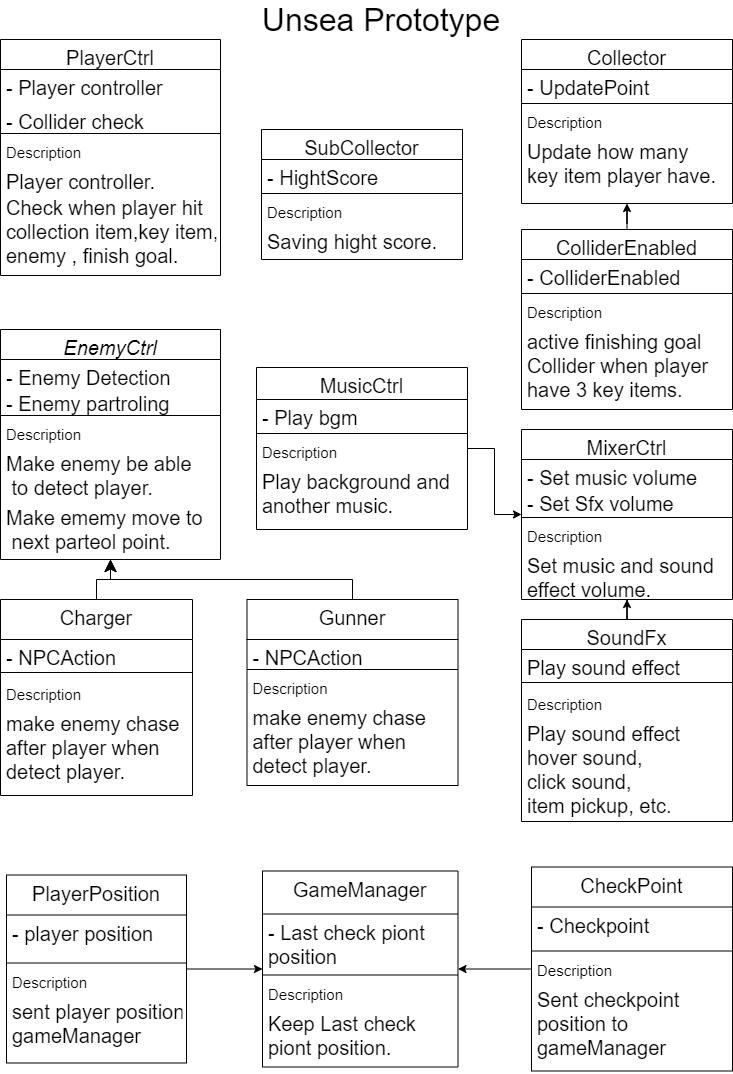
The draw.io diagram Images/Unsea Prototype.png in o0Takumin0o/Unsea_prototype_2.0, before a commit. Source tidied: cells renumbered, new cells last; positions are measured from the earlier drawing's top-left corner, leaving out a move shared by most shapes. Source of this version:
```xml
<mxGraphModel>
  <root>
    <mxCell id="0" />
    <mxCell id="1" parent="0" />
    <mxCell id="2" style="endArrow=classic;endSize=10;endFill=1;shadow=0;strokeWidth=1;rounded=0;edgeStyle=elbowEdgeStyle;elbow=vertical;fontSize=20;" parent="1" edge="1" source="37" target="11">
      <mxGeometry relative="1" as="geometry" />
    </mxCell>
    <mxCell id="3" style="endArrow=classic;endSize=10;endFill=1;shadow=0;strokeWidth=1;rounded=0;edgeStyle=elbowEdgeStyle;elbow=vertical;fontSize=20;" parent="1" edge="1" source="32" target="11">
      <mxGeometry relative="1" as="geometry" />
    </mxCell>
    <mxCell id="4" style="edgeStyle=orthogonalEdgeStyle;rounded=0;jettySize=auto;html=1;endArrow=classic;endFill=1;fontSize=20;" parent="1" edge="1" source="27" target="18">
      <mxGeometry relative="1" as="geometry" />
    </mxCell>
    <mxCell id="5" value="&lt;font style=&quot;font-size: 32px;&quot;&gt;Unsea Prototype&lt;/font&gt;" style="text;html=1;strokeColor=none;fillColor=none;align=center;verticalAlign=middle;whiteSpace=wrap;rounded=0;fontSize=32;" parent="1" vertex="1">
      <mxGeometry x="241" width="280" height="20" as="geometry" />
    </mxCell>
    <mxCell id="6" value="SubCollector" style="swimlane;fontStyle=0;align=center;verticalAlign=top;horizontal=1;startSize=30;rounded=0;shadow=0;strokeWidth=1;fontSize=20;" parent="1" vertex="1">
      <mxGeometry x="261" y="120" width="201" height="130" as="geometry" />
    </mxCell>
    <mxCell id="7" value="- HightScore" style="text;align=left;verticalAlign=top;spacingLeft=4;spacingRight=4;overflow=hidden;fontSize=20;" parent="6" vertex="1">
      <mxGeometry y="30" width="201" height="30" as="geometry" />
    </mxCell>
    <mxCell id="8" style="line;html=1;strokeWidth=1;align=left;verticalAlign=middle;spacingTop=-1;spacingLeft=3;spacingRight=3;labelPosition=right;fontSize=20;" parent="6" vertex="1">
      <mxGeometry y="60" width="201" height="8" as="geometry" />
    </mxCell>
    <mxCell id="9" value="Description" style="text;align=left;verticalAlign=top;spacingLeft=4;spacingRight=4;overflow=hidden;fontSize=15;" parent="6" vertex="1">
      <mxGeometry y="68" width="201" height="26" as="geometry" />
    </mxCell>
    <mxCell id="10" value="Saving hight score." style="text;align=left;verticalAlign=top;spacingLeft=4;spacingRight=4;overflow=hidden;fontSize=20;" parent="6" vertex="1">
      <mxGeometry y="94" width="201" height="36" as="geometry" />
    </mxCell>
    <mxCell id="11" value="EnemyCtrl" style="swimlane;fontStyle=2;align=center;verticalAlign=top;horizontal=1;startSize=30;rounded=0;shadow=0;strokeWidth=1;fontSize=20;" parent="1" vertex="1">
      <mxGeometry y="320" width="220" height="230" as="geometry" />
    </mxCell>
    <mxCell id="12" value="- Enemy Detection" style="text;align=left;verticalAlign=top;spacingLeft=4;spacingRight=4;overflow=hidden;fontSize=20;" parent="11" vertex="1">
      <mxGeometry y="30" width="220" height="26" as="geometry" />
    </mxCell>
    <mxCell id="13" value="- Enemy partroling" style="text;align=left;verticalAlign=top;spacingLeft=4;spacingRight=4;overflow=hidden;rounded=0;shadow=0;html=0;fontSize=20;" parent="11" vertex="1">
      <mxGeometry y="56" width="220" height="26" as="geometry" />
    </mxCell>
    <mxCell id="14" style="line;html=1;strokeWidth=1;align=left;verticalAlign=middle;spacingTop=-1;spacingLeft=3;spacingRight=3;labelPosition=right;fontSize=20;" parent="11" vertex="1">
      <mxGeometry y="82" width="220" height="8" as="geometry" />
    </mxCell>
    <mxCell id="15" value="Description" style="text;align=left;verticalAlign=top;spacingLeft=4;spacingRight=4;overflow=hidden;fontSize=15;" parent="11" vertex="1">
      <mxGeometry y="90" width="220" height="26" as="geometry" />
    </mxCell>
    <mxCell id="16" value="Make enemy be able&#10; to detect player." style="text;align=left;verticalAlign=top;spacingLeft=4;spacingRight=4;overflow=hidden;fontSize=20;" parent="11" vertex="1">
      <mxGeometry y="116" width="220" height="54" as="geometry" />
    </mxCell>
    <mxCell id="17" value="Make ememy move to&#10; next parteol point." style="text;align=left;verticalAlign=top;spacingLeft=4;spacingRight=4;overflow=hidden;fontSize=20;" parent="11" vertex="1">
      <mxGeometry y="170" width="220" height="60" as="geometry" />
    </mxCell>
    <mxCell id="18" value="Collector" style="swimlane;fontStyle=0;align=center;verticalAlign=top;horizontal=1;startSize=30;rounded=0;shadow=0;strokeWidth=1;fontSize=20;" parent="1" vertex="1">
      <mxGeometry x="521" y="30" width="211" height="164" as="geometry" />
    </mxCell>
    <mxCell id="19" value="- UpdatePoint" style="text;align=left;verticalAlign=top;spacingLeft=4;spacingRight=4;overflow=hidden;fontSize=20;" parent="18" vertex="1">
      <mxGeometry y="30" width="211" height="30" as="geometry" />
    </mxCell>
    <mxCell id="20" style="line;html=1;strokeWidth=1;align=left;verticalAlign=middle;spacingTop=-1;spacingLeft=3;spacingRight=3;labelPosition=right;fontSize=20;" parent="18" vertex="1">
      <mxGeometry y="60" width="211" height="8" as="geometry" />
    </mxCell>
    <mxCell id="21" value="Description" style="text;align=left;verticalAlign=top;spacingLeft=4;spacingRight=4;overflow=hidden;fontSize=15;" parent="18" vertex="1">
      <mxGeometry y="68" width="211" height="26" as="geometry" />
    </mxCell>
    <mxCell id="22" value="Update how many&#10;key item player have." style="text;align=left;verticalAlign=top;spacingLeft=4;spacingRight=4;overflow=hidden;fontSize=20;" parent="18" vertex="1">
      <mxGeometry y="94" width="211" height="60" as="geometry" />
    </mxCell>
    <mxCell id="23" style="edgeStyle=orthogonalEdgeStyle;rounded=0;jettySize=auto;html=1;endArrow=classic;endFill=1;fontSize=32;" parent="1" edge="1" source="54" target="74">
      <mxGeometry relative="1" as="geometry" />
    </mxCell>
    <mxCell id="24" style="edgeStyle=orthogonalEdgeStyle;rounded=0;jettySize=auto;html=1;endArrow=classic;endFill=1;fontSize=32;" parent="1" edge="1" source="59" target="74">
      <mxGeometry relative="1" as="geometry" />
    </mxCell>
    <mxCell id="25" style="edgeStyle=orthogonalEdgeStyle;rounded=0;jettySize=auto;html=1;endArrow=classic;endFill=1;fontSize=32;" parent="1" edge="1" source="69" target="49">
      <mxGeometry relative="1" as="geometry" />
    </mxCell>
    <mxCell id="26" style="edgeStyle=orthogonalEdgeStyle;rounded=0;jettySize=auto;html=1;endArrow=classic;endFill=1;fontSize=32;" parent="1" edge="1" source="64" target="49">
      <mxGeometry relative="1" as="geometry" />
    </mxCell>
    <mxCell id="27" value="ColliderEnabled" style="swimlane;fontStyle=0;align=center;verticalAlign=top;horizontal=1;startSize=30;rounded=0;shadow=0;strokeWidth=1;fontSize=20;" parent="1" vertex="1">
      <mxGeometry x="521" y="220" width="211" height="180" as="geometry" />
    </mxCell>
    <mxCell id="28" value="- ColliderEnabled" style="text;align=left;verticalAlign=top;spacingLeft=4;spacingRight=4;overflow=hidden;fontSize=20;" parent="27" vertex="1">
      <mxGeometry y="30" width="211" height="30" as="geometry" />
    </mxCell>
    <mxCell id="29" style="line;html=1;strokeWidth=1;align=left;verticalAlign=middle;spacingTop=-1;spacingLeft=3;spacingRight=3;labelPosition=right;fontSize=20;" parent="27" vertex="1">
      <mxGeometry y="60" width="211" height="8" as="geometry" />
    </mxCell>
    <mxCell id="30" value="Description" style="text;align=left;verticalAlign=top;spacingLeft=4;spacingRight=4;overflow=hidden;fontSize=15;" parent="27" vertex="1">
      <mxGeometry y="68" width="211" height="26" as="geometry" />
    </mxCell>
    <mxCell id="31" value="active finishing goal&#10;Collider when player &#10;have 3 key items." style="text;align=left;verticalAlign=top;spacingLeft=4;spacingRight=4;overflow=hidden;fontSize=20;" parent="27" vertex="1">
      <mxGeometry y="94" width="211" height="76" as="geometry" />
    </mxCell>
    <mxCell id="32" value="Gunner&#10;" style="swimlane;fontStyle=0;align=center;verticalAlign=top;horizontal=1;startSize=40;rounded=0;shadow=0;strokeWidth=1;fontSize=20;" parent="1" vertex="1">
      <mxGeometry x="246.5" y="590" width="211" height="186" as="geometry" />
    </mxCell>
    <mxCell id="33" value="- NPCAction" style="text;align=left;verticalAlign=top;spacingLeft=4;spacingRight=4;overflow=hidden;fontSize=20;" parent="32" vertex="1">
      <mxGeometry y="40" width="211" height="26" as="geometry" />
    </mxCell>
    <mxCell id="34" style="line;html=1;strokeWidth=1;align=left;verticalAlign=middle;spacingTop=-1;spacingLeft=3;spacingRight=3;labelPosition=right;fontSize=20;" parent="32" vertex="1">
      <mxGeometry y="66" width="211" height="8" as="geometry" />
    </mxCell>
    <mxCell id="35" value="Description" style="text;align=left;verticalAlign=top;spacingLeft=4;spacingRight=4;overflow=hidden;fontSize=15;" parent="32" vertex="1">
      <mxGeometry y="74" width="211" height="26" as="geometry" />
    </mxCell>
    <mxCell id="36" value="make enemy chase&#10;after player when&#10;detect player." style="text;align=left;verticalAlign=top;spacingLeft=4;spacingRight=4;overflow=hidden;fontStyle=0;fontSize=20;" parent="32" vertex="1">
      <mxGeometry y="100" width="211" height="86" as="geometry" />
    </mxCell>
    <mxCell id="37" value="Charger" style="swimlane;fontStyle=0;align=center;verticalAlign=top;horizontal=1;startSize=40;rounded=0;shadow=0;strokeWidth=1;fontSize=20;" parent="1" vertex="1">
      <mxGeometry y="590" width="192" height="196" as="geometry" />
    </mxCell>
    <mxCell id="38" value="- NPCAction" style="text;align=left;verticalAlign=top;spacingLeft=4;spacingRight=4;overflow=hidden;rounded=0;shadow=0;html=0;fontSize=20;" parent="37" vertex="1">
      <mxGeometry y="40" width="192" height="26" as="geometry" />
    </mxCell>
    <mxCell id="39" style="line;html=1;strokeWidth=1;align=left;verticalAlign=middle;spacingTop=-1;spacingLeft=3;spacingRight=3;labelPosition=right;fontSize=20;" parent="37" vertex="1">
      <mxGeometry y="66" width="192" height="14" as="geometry" />
    </mxCell>
    <mxCell id="40" value="Description" style="text;align=left;verticalAlign=top;spacingLeft=4;spacingRight=4;overflow=hidden;fontSize=15;" parent="37" vertex="1">
      <mxGeometry y="80" width="192" height="26" as="geometry" />
    </mxCell>
    <mxCell id="41" value="make enemy chase&#10;after player when&#10;detect player." style="text;align=left;verticalAlign=top;spacingLeft=4;spacingRight=4;overflow=hidden;fontStyle=0;fontSize=20;" parent="37" vertex="1">
      <mxGeometry y="106" width="192" height="90" as="geometry" />
    </mxCell>
    <mxCell id="42" value="PlayerCtrl" style="swimlane;fontStyle=0;align=center;verticalAlign=top;horizontal=1;startSize=30;rounded=0;shadow=0;strokeWidth=1;fontSize=20;" parent="1" vertex="1">
      <mxGeometry y="30" width="220" height="236" as="geometry" />
    </mxCell>
    <mxCell id="43" value="- Player controller" style="text;align=left;verticalAlign=top;spacingLeft=4;spacingRight=4;overflow=hidden;fontSize=20;" parent="42" vertex="1">
      <mxGeometry y="30" width="220" height="34" as="geometry" />
    </mxCell>
    <mxCell id="44" value="- Collider check" style="text;align=left;verticalAlign=top;spacingLeft=4;spacingRight=4;overflow=hidden;rounded=0;shadow=0;html=0;fontSize=20;" parent="42" vertex="1">
      <mxGeometry y="64" width="220" height="26" as="geometry" />
    </mxCell>
    <mxCell id="45" style="line;html=1;strokeWidth=1;align=left;verticalAlign=middle;spacingTop=-1;spacingLeft=3;spacingRight=3;labelPosition=right;fontSize=20;" parent="42" vertex="1">
      <mxGeometry y="90" width="220" height="8" as="geometry" />
    </mxCell>
    <mxCell id="46" value="Description" style="text;align=left;verticalAlign=top;spacingLeft=4;spacingRight=4;overflow=hidden;fontSize=15;" parent="42" vertex="1">
      <mxGeometry y="98" width="220" height="26" as="geometry" />
    </mxCell>
    <mxCell id="47" value="Player controller." style="text;align=left;verticalAlign=top;spacingLeft=4;spacingRight=4;overflow=hidden;fontSize=20;" parent="42" vertex="1">
      <mxGeometry y="124" width="220" height="26" as="geometry" />
    </mxCell>
    <mxCell id="48" value="Check when player hit &#10;collection item,key item, &#10;enemy , finish goal." style="text;align=left;verticalAlign=top;spacingLeft=4;spacingRight=4;overflow=hidden;fontSize=20;" parent="42" vertex="1">
      <mxGeometry y="150" width="220" height="86" as="geometry" />
    </mxCell>
    <mxCell id="49" value="GameManager" style="swimlane;fontStyle=0;align=center;verticalAlign=top;horizontal=1;startSize=43;rounded=0;shadow=0;strokeWidth=1;fontSize=20;" parent="1" vertex="1">
      <mxGeometry x="262" y="861.5" width="195.5" height="196" as="geometry" />
    </mxCell>
    <mxCell id="50" value="- Last check piont &#10;position" style="text;align=left;verticalAlign=top;spacingLeft=4;spacingRight=4;overflow=hidden;fontSize=20;" parent="49" vertex="1">
      <mxGeometry y="43" width="195.5" height="57" as="geometry" />
    </mxCell>
    <mxCell id="51" style="line;html=1;strokeWidth=1;align=left;verticalAlign=middle;spacingTop=-1;spacingLeft=3;spacingRight=3;labelPosition=right;fontSize=20;" parent="49" vertex="1">
      <mxGeometry y="100" width="195.5" height="8" as="geometry" />
    </mxCell>
    <mxCell id="52" value="Description" style="text;align=left;verticalAlign=top;spacingLeft=4;spacingRight=4;overflow=hidden;fontSize=15;" parent="49" vertex="1">
      <mxGeometry y="108" width="195.5" height="26" as="geometry" />
    </mxCell>
    <mxCell id="53" value="Keep Last check &#10;piont position." style="text;align=left;verticalAlign=top;spacingLeft=4;spacingRight=4;overflow=hidden;fontSize=20;" parent="49" vertex="1">
      <mxGeometry y="134" width="195.5" height="62" as="geometry" />
    </mxCell>
    <mxCell id="54" value="SoundFx" style="swimlane;fontStyle=0;align=center;verticalAlign=top;horizontal=1;startSize=30;rounded=0;shadow=0;strokeWidth=1;fontSize=20;" parent="1" vertex="1">
      <mxGeometry x="521" y="610" width="211" height="202" as="geometry" />
    </mxCell>
    <mxCell id="55" value="Play sound effect" style="text;align=left;verticalAlign=top;spacingLeft=4;spacingRight=4;overflow=hidden;fontSize=20;" parent="54" vertex="1">
      <mxGeometry y="30" width="211" height="26" as="geometry" />
    </mxCell>
    <mxCell id="56" style="line;html=1;strokeWidth=1;align=left;verticalAlign=middle;spacingTop=-1;spacingLeft=3;spacingRight=3;labelPosition=right;fontSize=20;" parent="54" vertex="1">
      <mxGeometry y="56" width="211" height="14" as="geometry" />
    </mxCell>
    <mxCell id="57" value="Description" style="text;align=left;verticalAlign=top;spacingLeft=4;spacingRight=4;overflow=hidden;fontSize=15;" parent="54" vertex="1">
      <mxGeometry y="70" width="211" height="26" as="geometry" />
    </mxCell>
    <mxCell id="58" value="Play sound effect &#10;hover sound,&#10;click sound, &#10;item pickup, etc." style="text;align=left;verticalAlign=top;spacingLeft=4;spacingRight=4;overflow=hidden;fontSize=20;" parent="54" vertex="1">
      <mxGeometry y="96" width="211" height="106" as="geometry" />
    </mxCell>
    <mxCell id="59" value="MusicCtrl" style="swimlane;fontStyle=0;align=center;verticalAlign=top;horizontal=1;startSize=32;rounded=0;shadow=0;strokeWidth=1;fontSize=20;" parent="1" vertex="1">
      <mxGeometry x="256" y="358" width="211" height="162" as="geometry" />
    </mxCell>
    <mxCell id="60" value="- Play bgm" style="text;align=left;verticalAlign=top;spacingLeft=4;spacingRight=4;overflow=hidden;fontSize=20;" parent="59" vertex="1">
      <mxGeometry y="32" width="211" height="30" as="geometry" />
    </mxCell>
    <mxCell id="61" style="line;html=1;strokeWidth=1;align=left;verticalAlign=middle;spacingTop=-1;spacingLeft=3;spacingRight=3;labelPosition=right;fontSize=20;" parent="59" vertex="1">
      <mxGeometry y="62" width="211" height="8" as="geometry" />
    </mxCell>
    <mxCell id="62" value="Description" style="text;align=left;verticalAlign=top;spacingLeft=4;spacingRight=4;overflow=hidden;fontSize=15;" parent="59" vertex="1">
      <mxGeometry y="70" width="211" height="26" as="geometry" />
    </mxCell>
    <mxCell id="63" value="Play background and &#10;another music." style="text;align=left;verticalAlign=top;spacingLeft=4;spacingRight=4;overflow=hidden;fontSize=20;" parent="59" vertex="1">
      <mxGeometry y="96" width="211" height="56" as="geometry" />
    </mxCell>
    <mxCell id="64" value="CheckPoint" style="swimlane;fontStyle=0;align=center;verticalAlign=top;horizontal=1;startSize=40;rounded=0;shadow=0;strokeWidth=1;fontSize=20;" parent="1" vertex="1">
      <mxGeometry x="531" y="857.5" width="201" height="204" as="geometry" />
    </mxCell>
    <mxCell id="65" value="- Checkpoint" style="text;align=left;verticalAlign=top;spacingLeft=4;spacingRight=4;overflow=hidden;fontSize=20;" parent="64" vertex="1">
      <mxGeometry y="40" width="201" height="40" as="geometry" />
    </mxCell>
    <mxCell id="66" style="line;html=1;strokeWidth=1;align=left;verticalAlign=middle;spacingTop=-1;spacingLeft=3;spacingRight=3;labelPosition=right;fontSize=20;" parent="64" vertex="1">
      <mxGeometry y="80" width="201" height="8" as="geometry" />
    </mxCell>
    <mxCell id="67" value="Description" style="text;align=left;verticalAlign=top;spacingLeft=4;spacingRight=4;overflow=hidden;fontSize=15;" parent="64" vertex="1">
      <mxGeometry y="88" width="201" height="26" as="geometry" />
    </mxCell>
    <mxCell id="68" value="Sent checkpoint &#10;position to &#10;gameManager" style="text;align=left;verticalAlign=top;spacingLeft=4;spacingRight=4;overflow=hidden;fontSize=20;" parent="64" vertex="1">
      <mxGeometry y="114" width="201" height="90" as="geometry" />
    </mxCell>
    <mxCell id="69" value="PlayerPosition" style="swimlane;fontStyle=0;align=center;verticalAlign=top;horizontal=1;startSize=40;rounded=0;shadow=0;strokeWidth=1;fontSize=20;" parent="1" vertex="1">
      <mxGeometry x="6" y="865.5" width="180" height="188" as="geometry" />
    </mxCell>
    <mxCell id="70" value="- player position" style="text;align=left;verticalAlign=top;spacingLeft=4;spacingRight=4;overflow=hidden;fontSize=20;" parent="69" vertex="1">
      <mxGeometry y="40" width="180" height="44" as="geometry" />
    </mxCell>
    <mxCell id="71" style="line;html=1;strokeWidth=1;align=left;verticalAlign=middle;spacingTop=-1;spacingLeft=3;spacingRight=3;labelPosition=right;fontSize=20;" parent="69" vertex="1">
      <mxGeometry y="84" width="180" height="8" as="geometry" />
    </mxCell>
    <mxCell id="72" value="Description" style="text;align=left;verticalAlign=top;spacingLeft=4;spacingRight=4;overflow=hidden;fontSize=15;" parent="69" vertex="1">
      <mxGeometry y="92" width="180" height="26" as="geometry" />
    </mxCell>
    <mxCell id="73" value="sent player position to &#10;gameManager" style="text;align=left;verticalAlign=top;spacingLeft=4;spacingRight=4;overflow=hidden;fontSize=20;" parent="69" vertex="1">
      <mxGeometry y="118" width="180" height="70" as="geometry" />
    </mxCell>
    <mxCell id="74" value="MixerCtrl" style="swimlane;fontStyle=0;align=center;verticalAlign=top;horizontal=1;startSize=30;rounded=0;shadow=0;strokeWidth=1;fontSize=20;" parent="1" vertex="1">
      <mxGeometry x="521" y="420" width="211" height="170" as="geometry" />
    </mxCell>
    <mxCell id="75" value="- Set music volume" style="text;align=left;verticalAlign=top;spacingLeft=4;spacingRight=4;overflow=hidden;fontSize=20;" parent="74" vertex="1">
      <mxGeometry y="30" width="211" height="26" as="geometry" />
    </mxCell>
    <mxCell id="76" value="- Set Sfx volume" style="text;align=left;verticalAlign=top;spacingLeft=4;spacingRight=4;overflow=hidden;fontSize=20;" parent="74" vertex="1">
      <mxGeometry y="56" width="211" height="28" as="geometry" />
    </mxCell>
    <mxCell id="77" style="line;html=1;strokeWidth=1;align=left;verticalAlign=middle;spacingTop=-1;spacingLeft=3;spacingRight=3;labelPosition=right;fontSize=20;" parent="74" vertex="1">
      <mxGeometry y="84" width="211" height="8" as="geometry" />
    </mxCell>
    <mxCell id="78" value="Description" style="text;align=left;verticalAlign=top;spacingLeft=4;spacingRight=4;overflow=hidden;fontSize=15;" parent="74" vertex="1">
      <mxGeometry y="92" width="211" height="26" as="geometry" />
    </mxCell>
    <mxCell id="79" value="Set music and sound &#10;effect volume." style="text;align=left;verticalAlign=top;spacingLeft=4;spacingRight=4;overflow=hidden;fontSize=20;" parent="74" vertex="1">
      <mxGeometry y="118" width="211" height="52" as="geometry" />
    </mxCell>
  </root>
</mxGraphModel>
```
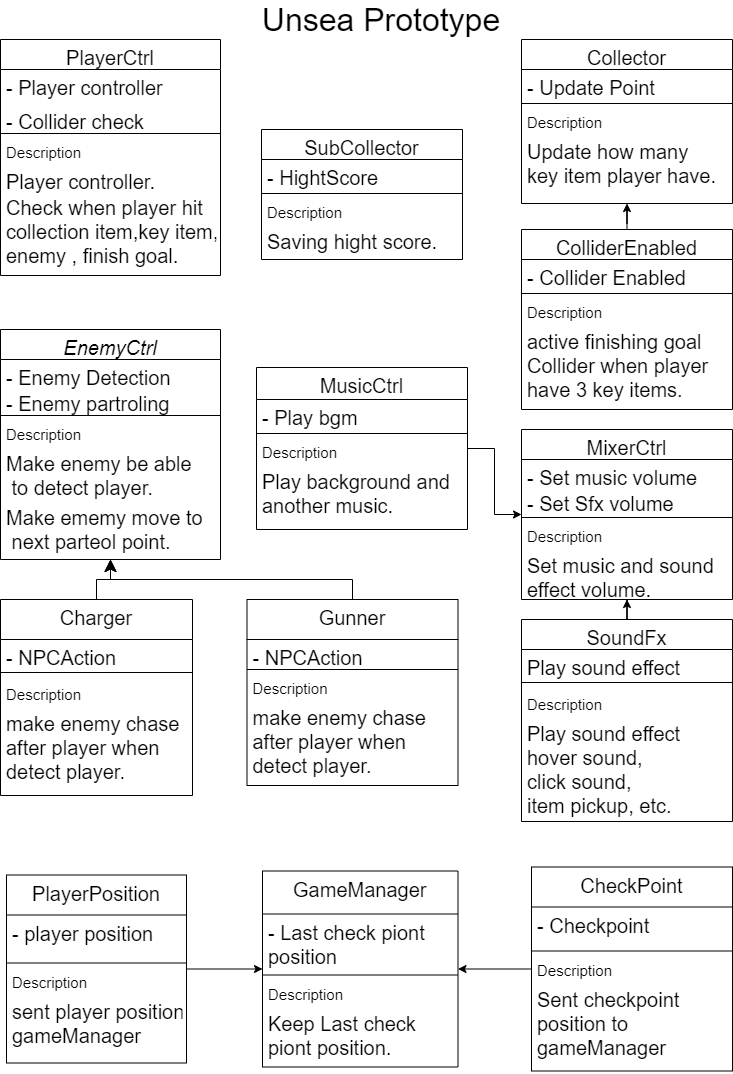
The same diagram one commit later.

Diff of the diagram source:
```diff
@@ -53,7 +53,7 @@
     <mxCell id="18" value="Collector" style="swimlane;fontStyle=0;align=center;verticalAlign=top;horizontal=1;startSize=30;rounded=0;shadow=0;strokeWidth=1;fontSize=20;" parent="1" vertex="1">
       <mxGeometry x="521" y="30" width="211" height="164" as="geometry" />
     </mxCell>
-    <mxCell id="19" value="- UpdatePoint" style="text;align=left;verticalAlign=top;spacingLeft=4;spacingRight=4;overflow=hidden;fontSize=20;" parent="18" vertex="1">
+    <mxCell id="19" value="- Update Point" style="text;align=left;verticalAlign=top;spacingLeft=4;spacingRight=4;overflow=hidden;fontSize=20;" parent="18" vertex="1">
       <mxGeometry y="30" width="211" height="30" as="geometry" />
     </mxCell>
     <mxCell id="20" style="line;html=1;strokeWidth=1;align=left;verticalAlign=middle;spacingTop=-1;spacingLeft=3;spacingRight=3;labelPosition=right;fontSize=20;" parent="18" vertex="1">
@@ -80,7 +80,7 @@
     <mxCell id="27" value="ColliderEnabled" style="swimlane;fontStyle=0;align=center;verticalAlign=top;horizontal=1;startSize=30;rounded=0;shadow=0;strokeWidth=1;fontSize=20;" parent="1" vertex="1">
       <mxGeometry x="521" y="220" width="211" height="180" as="geometry" />
     </mxCell>
-    <mxCell id="28" value="- ColliderEnabled" style="text;align=left;verticalAlign=top;spacingLeft=4;spacingRight=4;overflow=hidden;fontSize=20;" parent="27" vertex="1">
+    <mxCell id="28" value="- Collider Enabled" style="text;align=left;verticalAlign=top;spacingLeft=4;spacingRight=4;overflow=hidden;fontSize=20;" parent="27" vertex="1">
       <mxGeometry y="30" width="211" height="30" as="geometry" />
     </mxCell>
     <mxCell id="29" style="line;html=1;strokeWidth=1;align=left;verticalAlign=middle;spacingTop=-1;spacingLeft=3;spacingRight=3;labelPosition=right;fontSize=20;" parent="27" vertex="1">
```
